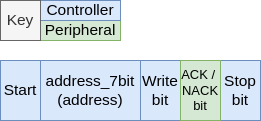
The draw.io diagram docs/modules/peripherals/images/I2C_Controller_Probe.png in AdamVeazey/edf, before a commit. Source tidied: cells renumbered, new cells last; positions are measured from the earlier drawing's top-left corner, leaving out a move shared by most shapes.
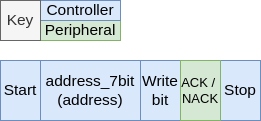
Later version of the same file.

Commit message:
Update images to not say 'stop bit' but just 'stop' instead

The edit, as a diff of the source:
```diff
@@ -2,7 +2,7 @@
   <root>
     <mxCell id="0" />
     <mxCell id="1" parent="0" />
-    <mxCell id="2" value="Stop&lt;br style=&quot;font-size: 15.5px;&quot;&gt;bit" style="rounded=0;whiteSpace=wrap;html=1;fontSize=15.5;fillColor=#dae8fc;strokeColor=#6c8ebf;" parent="1" vertex="1">
+    <mxCell id="2" value="Stop" style="rounded=0;whiteSpace=wrap;html=1;fontSize=15.5;fillColor=#dae8fc;strokeColor=#6c8ebf;" parent="1" vertex="1">
       <mxGeometry x="220" y="60" width="40" height="60" as="geometry" />
     </mxCell>
     <mxCell id="3" value="address_7bit&lt;br&gt;(address)" style="rounded=0;whiteSpace=wrap;html=1;fillColor=#dae8fc;strokeColor=#6c8ebf;fontSize=15.5;" parent="1" vertex="1">
@@ -20,7 +20,7 @@
     <mxCell id="7" value="Start" style="rounded=0;whiteSpace=wrap;html=1;fillColor=#dae8fc;strokeColor=#6c8ebf;fontSize=15.5;fontFamily=Helvetica;labelBorderColor=none;" parent="1" vertex="1">
       <mxGeometry y="60" width="40" height="60" as="geometry" />
     </mxCell>
-    <mxCell id="8" value="ACK /&amp;nbsp; NACK bit" style="rounded=0;whiteSpace=wrap;html=1;fontSize=13;fillColor=#d5e8d4;strokeColor=#82b366;fontFamily=Helvetica;labelBorderColor=none;" parent="1" vertex="1">
+    <mxCell id="8" value="ACK /&amp;nbsp; NACK" style="rounded=0;whiteSpace=wrap;html=1;fontSize=13;fillColor=#d5e8d4;strokeColor=#82b366;fontFamily=Helvetica;labelBorderColor=none;" parent="1" vertex="1">
       <mxGeometry x="180" y="60" width="40" height="60" as="geometry" />
     </mxCell>
     <mxCell id="9" value="Key" style="rounded=0;whiteSpace=wrap;html=1;fontSize=15.5;fillColor=#f5f5f5;fontColor=#333333;strokeColor=#666666;fontFamily=Helvetica;labelBorderColor=none;" parent="1" vertex="1">
```
